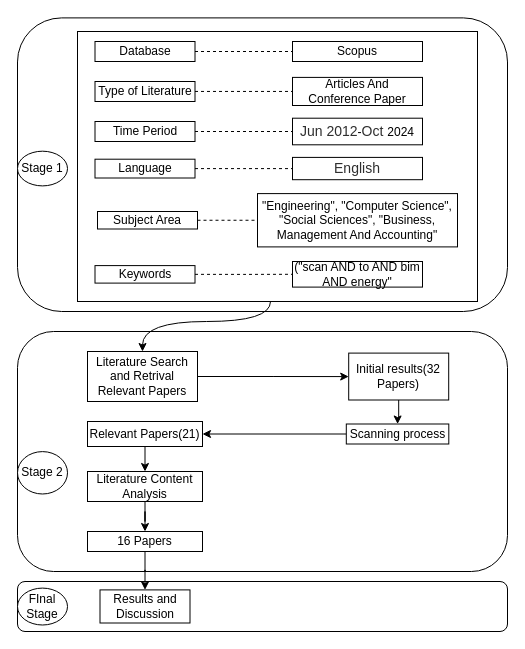
Above: page "Final-2025" (5 of 7) of methodology.drawio in JeanViaunel/chickenKawa-v1 (draw.io), before the change. Source tidied: cells renumbered, new cells numbered last; positions are measured from the earlier drawing's top-left corner, leaving out a move shared by most shapes. Both pictures are drawn from the tidied source at 100%, with x=0, y=0 at pixel (17, 17).
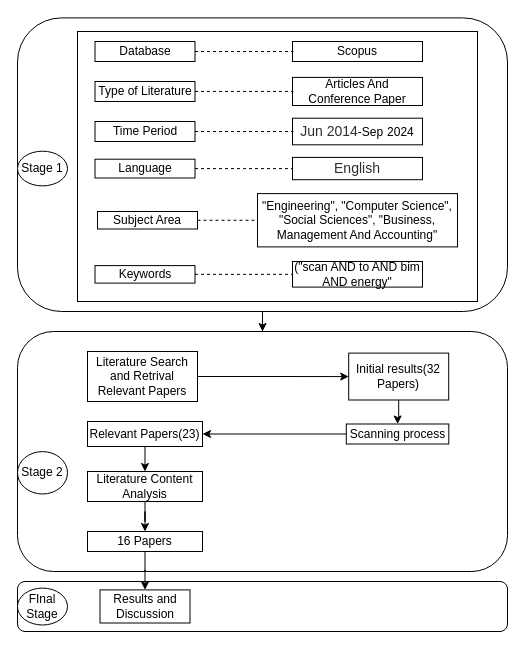
Above is the later version.

The change refers to these unchanged cells:
```xml
<mxCell id="3" style="rounded=1;whiteSpace=wrap;html=1;" parent="1" vertex="1">
  <mxGeometry y="314" width="490" height="240" as="geometry" />
</mxCell>
<mxCell id="4" style="rounded=1;whiteSpace=wrap;html=1;" parent="1" vertex="1">
  <mxGeometry y="0.4" width="490" height="293.6" as="geometry" />
</mxCell>
<mxCell id="6" style="rounded=0;whiteSpace=wrap;html=1;" parent="1" vertex="1">
  <mxGeometry x="60" y="14" width="400" height="270" as="geometry" />
</mxCell>
<mxCell id="24" value="Literature Search and&amp;nbsp;Retrival Relevant Papers" style="whiteSpace=wrap;html=1;rounded=0;" parent="1" vertex="1">
  <mxGeometry x="70" y="334" width="110" height="50" as="geometry" />
</mxCell>
```

Change to the diagram source:
```diff
@@
+    <mxCell id="42" style="edgeStyle=orthogonalEdgeStyle;rounded=0;jettySize=auto;html=1;" parent="1" edge="1" source="4" target="3">
+      <mxGeometry relative="1" as="geometry" />
+    </mxCell>
@@
-    <mxCell id="5" style="edgeStyle=orthogonalEdgeStyle;rounded=0;jettySize=auto;html=1;curved=1;entryX=0.5;entryY=0;entryDx=0;entryDy=0;" parent="1" edge="1" source="6" target="24">
-      <mxGeometry relative="1" as="geometry">
-        <Array as="points">
-          <mxPoint x="253" y="304" />
-          <mxPoint x="125" y="304" />
-        </Array>
-      </mxGeometry>
-    </mxCell>
@@
-    <mxCell id="21" value="&lt;span style=&quot;color: rgb(46, 46, 46); font-family: elsevier-sans, arial, helvetica, &amp;quot;lucida sans unicode&amp;quot;, &amp;quot;microsoft sans serif&amp;quot;, &amp;quot;segoe ui symbol&amp;quot;, stixgeneral, &amp;quot;cambria math&amp;quot;, &amp;quot;arial unicode ms&amp;quot;, sans-serif; font-size: 14px; text-align: start; background-color: rgb(255, 255, 255);&quot;&gt;Jun 2012&lt;/span&gt;-&lt;span style=&quot;color: rgb(46, 46, 46); font-family: elsevier-sans, arial, helvetica, &amp;quot;lucida sans unicode&amp;quot;, &amp;quot;microsoft sans serif&amp;quot;, &amp;quot;segoe ui symbol&amp;quot;, stixgeneral, &amp;quot;cambria math&amp;quot;, &amp;quot;arial unicode ms&amp;quot;, sans-serif; font-size: 14px; text-align: start; background-color: rgb(255, 255, 255);&quot;&gt;Oct&amp;nbsp;&lt;/span&gt;2024" style="rounded=0;whiteSpace=wrap;html=1;" parent="1" vertex="1">
+    <mxCell id="21" value="&lt;span style=&quot;color: rgb(46, 46, 46); font-family: elsevier-sans, arial, helvetica, &amp;quot;lucida sans unicode&amp;quot;, &amp;quot;microsoft sans serif&amp;quot;, &amp;quot;segoe ui symbol&amp;quot;, stixgeneral, &amp;quot;cambria math&amp;quot;, &amp;quot;arial unicode ms&amp;quot;, sans-serif; font-size: 14px; text-align: start; background-color: rgb(255, 255, 255);&quot;&gt;Jun 2014&lt;/span&gt;-Sep&lt;span style=&quot;color: rgb(46, 46, 46); font-family: elsevier-sans, arial, helvetica, &amp;quot;lucida sans unicode&amp;quot;, &amp;quot;microsoft sans serif&amp;quot;, &amp;quot;segoe ui symbol&amp;quot;, stixgeneral, &amp;quot;cambria math&amp;quot;, &amp;quot;arial unicode ms&amp;quot;, sans-serif; font-size: 14px; text-align: start; background-color: rgb(255, 255, 255);&quot;&gt;&amp;nbsp;&lt;/span&gt;2024" style="rounded=0;whiteSpace=wrap;html=1;" parent="1" vertex="1">
       <mxGeometry x="275" y="100.7" width="130" height="26.6" as="geometry" />
     </mxCell>
@@
-    <mxCell id="30" value="Relevant Papers(21)" style="whiteSpace=wrap;html=1;rounded=0;" parent="1" vertex="1">
+    <mxCell id="30" value="Relevant Papers(23)" style="whiteSpace=wrap;html=1;rounded=0;" parent="1" vertex="1">
       <mxGeometry x="70" y="404" width="115" height="25" as="geometry" />
     </mxCell>
```
